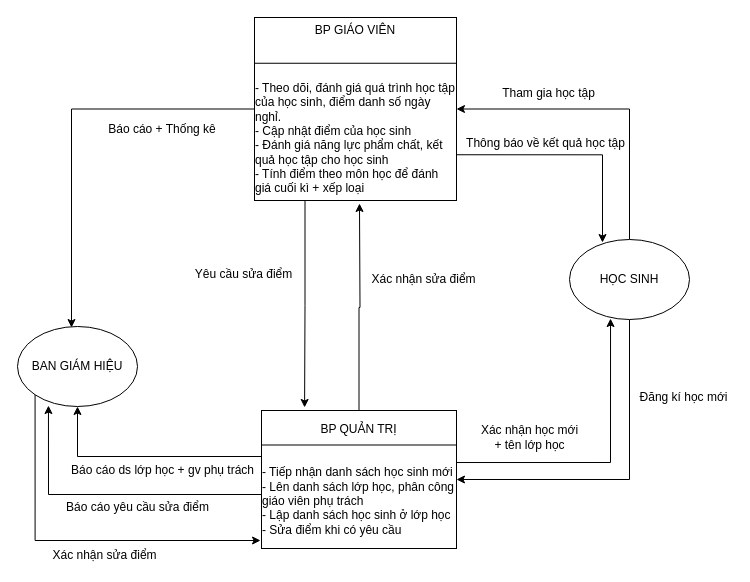
The draw.io diagram Untitled Diagram.drawio in TLGKien/graph, before the edit. Source tidied: cells renumbered, new cells numbered last; positions are measured from the earlier drawing's top-left corner, leaving out a move shared by most shapes. Both pictures are drawn from the tidied source at 100%, with x=0, y=0 at pixel (17, 17).
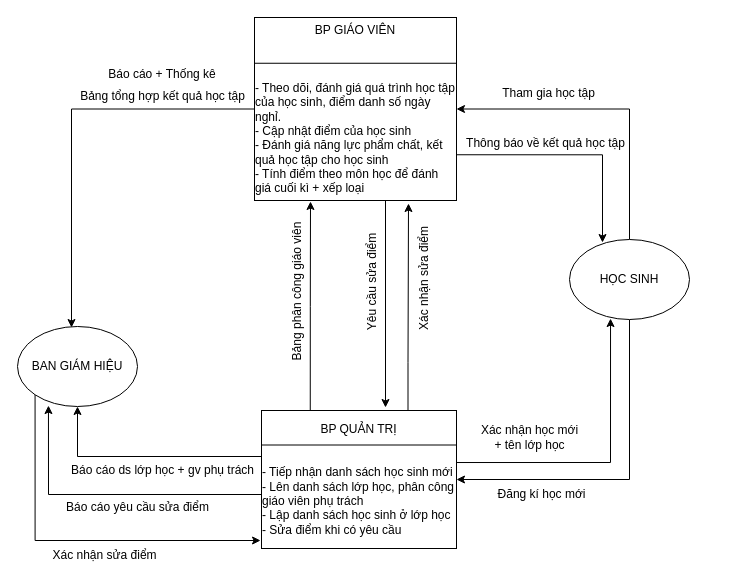
The same page after the edit.

Unchanged cells that the change refers to:
```xml
<mxCell id="5" value="&lt;div&gt;BP GIÁO VIÊN&lt;/div&gt;&lt;div&gt;&lt;br&gt;&lt;/div&gt;&lt;div&gt;&lt;br&gt;&lt;/div&gt;&lt;div&gt;&lt;br&gt;&lt;/div&gt;&lt;div align=&quot;left&quot;&gt;- Theo dõi, đánh giá quá trình học tập của học sinh, điểm danh số ngày nghỉ.&lt;br&gt;&lt;/div&gt;&lt;div align=&quot;left&quot;&gt;- Cập nhật điểm của học sinh&lt;/div&gt;&lt;div align=&quot;left&quot;&gt;- Đánh giá năng lực phẩm chất, kết quả học tập cho học sinh&lt;/div&gt;&lt;div align=&quot;left&quot;&gt;- Tính điểm theo môn học để đánh giá cuối kì + xếp loại&lt;br&gt;&lt;/div&gt;" style="rounded=0;whiteSpace=wrap;html=1;" parent="1" vertex="1">
  <mxGeometry x="237" width="202" height="183" as="geometry" />
</mxCell>
<mxCell id="10" value="&lt;div&gt;BP QUẢN TRỊ&lt;/div&gt;&lt;div&gt;&lt;br&gt;&lt;/div&gt;&lt;div&gt;&lt;br&gt;&lt;/div&gt;&lt;div align=&quot;left&quot;&gt;- Tiếp nhận danh sách học sinh mới&lt;/div&gt;&lt;div align=&quot;left&quot;&gt;- Lên danh sách lớp học, phân công giáo viên phụ trách&lt;/div&gt;&lt;div align=&quot;left&quot;&gt;- Lập danh sách học sinh ở lớp học&lt;/div&gt;&lt;div align=&quot;left&quot;&gt;- Sửa điểm khi có yêu cầu&lt;br&gt;&lt;/div&gt;" style="rounded=0;whiteSpace=wrap;html=1;" parent="1" vertex="1">
  <mxGeometry x="244" y="393" width="195" height="138" as="geometry" />
</mxCell>
```

Change to the diagram source:
```diff
@@
-    <mxCell id="3" style="edgeStyle=orthogonalEdgeStyle;rounded=0;jettySize=auto;html=1;exitX=0.25;exitY=1;exitDx=0;exitDy=0;entryX=0.221;entryY=-0.022;entryDx=0;entryDy=0;entryPerimeter=0;" parent="1" edge="1" source="5" target="10">
-      <mxGeometry relative="1" as="geometry" />
+    <mxCell id="3" style="edgeStyle=orthogonalEdgeStyle;rounded=0;orthogonalLoop=1;jettySize=auto;html=1;exitX=0.406;exitY=1;exitDx=0;exitDy=0;exitPerimeter=0;" parent="1" edge="1">
+      <mxGeometry relative="1" as="geometry">
+        <mxPoint x="368" y="183" as="sourcePoint" />
+        <mxPoint x="368" y="390" as="targetPoint" />
+      </mxGeometry>
     </mxCell>
@@
-    <mxCell id="9" style="edgeStyle=orthogonalEdgeStyle;rounded=0;jettySize=auto;html=1;exitX=0.5;exitY=0;exitDx=0;exitDy=0;" parent="1" edge="1" source="10">
+    <mxCell id="9" style="edgeStyle=orthogonalEdgeStyle;rounded=0;orthogonalLoop=1;jettySize=auto;html=1;exitX=0.5;exitY=0;exitDx=0;exitDy=0;" parent="1" edge="1">
       <mxGeometry relative="1" as="geometry">
-        <mxPoint x="342" y="186" as="targetPoint" />
+        <mxPoint x="390.5" y="393" as="sourcePoint" />
+        <mxPoint x="391" y="186" as="targetPoint" />
+        <Array as="points">
+          <mxPoint x="391" y="345" />
+          <mxPoint x="391" y="345" />
+        </Array>
       </mxGeometry>
     </mxCell>
+    <mxCell id="28" style="edgeStyle=orthogonalEdgeStyle;rounded=0;jettySize=auto;html=1;exitX=0.25;exitY=0;exitDx=0;exitDy=0;" parent="1" edge="1" source="10">
+      <mxGeometry relative="1" as="geometry">
+        <mxPoint x="293" y="184" as="targetPoint" />
+      </mxGeometry>
+    </mxCell>
@@
     <mxCell id="16" value="Báo cáo + Thống kê" style="text;html=1;strokeColor=none;fillColor=none;align=center;verticalAlign=middle;whiteSpace=wrap;rounded=0;" parent="1" vertex="1">
-      <mxGeometry x="83" y="102" width="124" height="20" as="geometry" />
+      <mxGeometry x="83" y="47" width="124" height="20" as="geometry" />
     </mxCell>
@@
     <mxCell id="19" value="Đăng kí học mới" style="text;html=1;align=center;verticalAlign=middle;" parent="1" vertex="1">
-      <mxGeometry x="617" y="371" width="98" height="18" as="geometry" />
+      <mxGeometry x="475" y="468" width="98" height="18" as="geometry" />
     </mxCell>
@@
-    <mxCell id="23" value="Yêu cầu sửa điểm" style="text;html=1;align=center;verticalAlign=middle;" parent="1" vertex="1">
-      <mxGeometry x="172" y="248" width="108" height="18" as="geometry" />
+    <mxCell id="23" value="Yêu cầu sửa điểm" style="text;html=1;align=center;verticalAlign=middle;rotation=-90;" parent="1" vertex="1">
+      <mxGeometry x="301" y="256" width="108" height="18" as="geometry" />
     </mxCell>
@@
-    <mxCell id="26" value="Xác nhận sửa điểm" style="text;html=1;align=center;verticalAlign=middle;" parent="1" vertex="1">
-      <mxGeometry x="348" y="253" width="115" height="18" as="geometry" />
+    <mxCell id="26" value="Xác nhận sửa điểm" style="text;html=1;align=center;verticalAlign=middle;rotation=-90;" parent="1" vertex="1">
+      <mxGeometry x="349" y="253" width="115" height="18" as="geometry" />
     </mxCell>
@@
+    <mxCell id="29" value="Bảng phân công giáo viên" style="text;html=1;align=center;verticalAlign=middle;rotation=-90;" parent="1" vertex="1">
+      <mxGeometry x="205" y="266" width="149" height="18" as="geometry" />
+    </mxCell>
+    <mxCell id="30" value="Bảng tổng hợp kết quả học tập" style="text;html=1;align=center;verticalAlign=middle;" parent="1" vertex="1">
+      <mxGeometry x="56.5" y="70" width="177" height="18" as="geometry" />
+    </mxCell>
```
